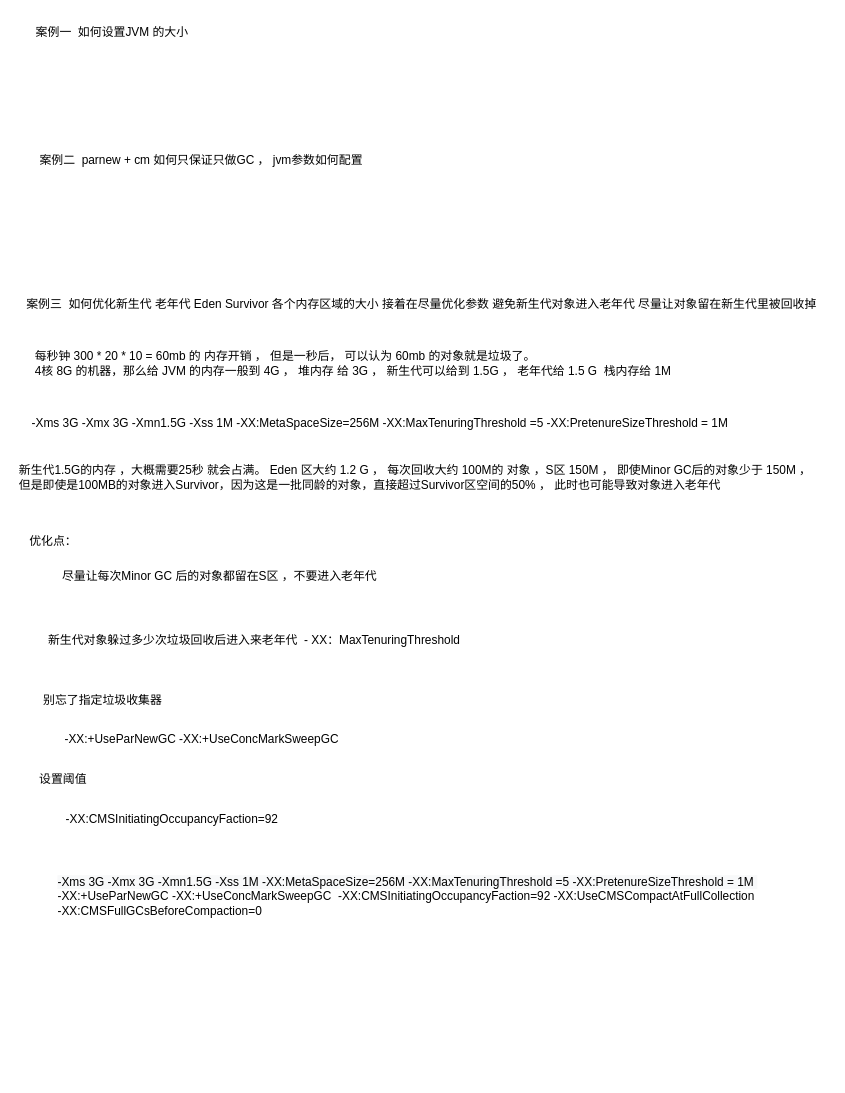
Before: page "案例实战" (2 of 3) of JVM.drawio in topyuluo/photo-project, a draw.io diagram. Source tidied: cells renumbered, new cells numbered last; positions are measured from the earlier drawing's top-left corner, leaving out a move shared by most shapes. Both pictures are drawn from the tidied source at 99%, with x=0, y=0 at pixel (17, 17).
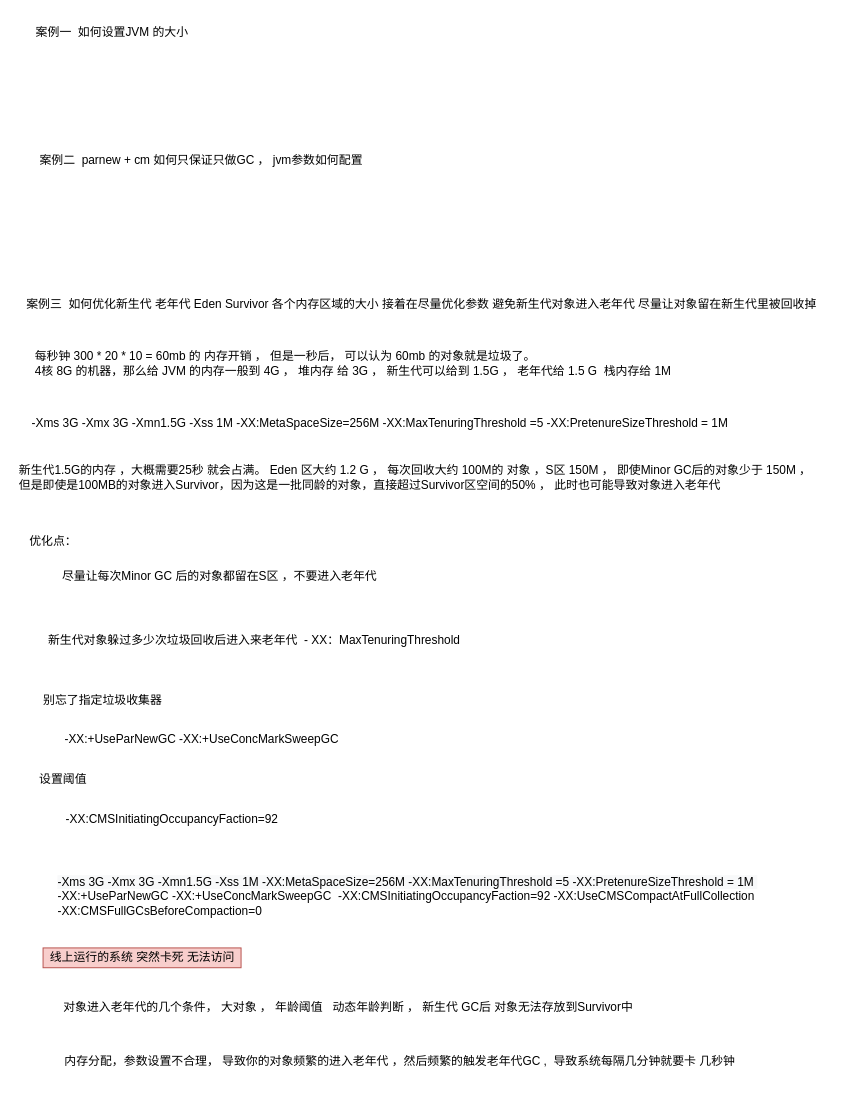
After the change.

Diff of the diagram source:
```diff
@@
 <mxGraphModel>
   <root>
     <mxCell id="0" />
     <mxCell id="1" parent="0" />
     <mxCell id="2" value="案例一&amp;nbsp; 如何设置JVM 的大小" style="text;html=1;strokeColor=none;fillColor=none;align=center;verticalAlign=middle;whiteSpace=wrap;rounded=0;" parent="1" vertex="1">
       <mxGeometry x="6" width="180" height="30" as="geometry" />
     </mxCell>
     <mxCell id="3" value="案例二&amp;nbsp; parnew + cm 如何只保证只做GC ， jvm参数如何配置" style="text;html=1;strokeColor=none;fillColor=none;align=center;verticalAlign=middle;whiteSpace=wrap;rounded=0;" parent="1" vertex="1">
       <mxGeometry x="6" y="130" width="360" height="30" as="geometry" />
     </mxCell>
     <mxCell id="4" value="案例三&amp;nbsp; 如何优化新生代 老年代 Eden Survivor 各个内存区域的大小 接着在尽量优化参数 避免新生代对象进入老年代 尽量让对象留在新生代里被回收掉" style="text;html=1;align=center;verticalAlign=middle;strokeColor=none;" parent="1" vertex="1">
       <mxGeometry x="3" y="280" width="810" height="20" as="geometry" />
     </mxCell>
     <mxCell id="5" value="每秒钟 300 * 20 * 10 = 60mb 的 内存开销 ， 但是一秒后， 可以认为 60mb 的对象就是垃圾了。&lt;br&gt;4核 8G 的机器，那么给 JVM 的内存一般到 4G ， 堆内存 给 3G ， 新生代可以给到 1.5G ， 老年代给 1.5 G&amp;nbsp; 栈内存给 1M&amp;nbsp;&amp;nbsp;" style="text;html=1;align=left;verticalAlign=middle;strokeColor=none;" parent="1" vertex="1">
       <mxGeometry x="16" y="335" width="660" height="30" as="geometry" />
     </mxCell>
     <mxCell id="6" value="-Xms 3G -Xmx 3G -Xmn1.5G -Xss 1M -XX:MetaSpaceSize=256M -XX:MaxTenuringThreshold =5 -XX:PretenureSizeThreshold = 1M" style="text;html=1;align=center;verticalAlign=middle;strokeColor=none;" parent="1" vertex="1">
       <mxGeometry x="6" y="400" width="720" height="20" as="geometry" />
     </mxCell>
     <mxCell id="7" value="新生代1.5G的内存 ，大概需要25秒 就会占满。 Eden 区大约 1.2 G ， 每次回收大约 100M的 对象 ，S区 150M ， 即使Minor GC后的对象少于 150M ， &lt;br&gt;但是即使是100MB的对象进入Survivor，因为这是一批同龄的对象，直接超过Survivor区空间的50% ， 此时也可能导致对象进入老年代" style="text;html=1;align=left;verticalAlign=middle;strokeColor=none;" parent="1" vertex="1">
       <mxGeometry y="450" width="820" height="30" as="geometry" />
     </mxCell>
     <mxCell id="8" value="优化点：" style="text;html=1;align=center;verticalAlign=middle;strokeColor=none;" parent="1" vertex="1">
       <mxGeometry x="6" y="520" width="60" height="20" as="geometry" />
     </mxCell>
     <mxCell id="9" value="尽量让每次Minor GC 后的对象都留在S区 ，不要进入老年代" style="text;html=1;align=center;verticalAlign=middle;strokeColor=none;" parent="1" vertex="1">
       <mxGeometry x="39" y="555" width="330" height="20" as="geometry" />
     </mxCell>
     <mxCell id="10" value="新生代对象躲过多少次垃圾回收后进入来老年代&amp;nbsp; - XX：MaxTenuringThreshold" style="text;html=1;strokeColor=none;fillColor=none;align=center;verticalAlign=middle;whiteSpace=wrap;rounded=0;" parent="1" vertex="1">
       <mxGeometry x="16" y="610" width="447" height="40" as="geometry" />
     </mxCell>
     <mxCell id="11" value="别忘了指定垃圾收集器" style="text;html=1;align=center;verticalAlign=middle;strokeColor=none;" parent="1" vertex="1">
       <mxGeometry x="16" y="680" width="140" height="20" as="geometry" />
     </mxCell>
     <mxCell id="12" value="-XX:+UseParNewGC -XX:+UseConcMarkSweepGC" style="text;html=1;align=center;verticalAlign=middle;strokeColor=none;" parent="1" vertex="1">
       <mxGeometry x="41" y="720" width="290" height="20" as="geometry" />
     </mxCell>
     <mxCell id="13" value="设置阈值" style="text;html=1;align=center;verticalAlign=middle;strokeColor=none;" parent="1" vertex="1">
       <mxGeometry x="16" y="760" width="60" height="20" as="geometry" />
     </mxCell>
     <mxCell id="14" value="-XX:CMSInitiatingOccupancyFaction=92" style="text;html=1;align=center;verticalAlign=middle;strokeColor=none;" parent="1" vertex="1">
       <mxGeometry x="41" y="800" width="230" height="20" as="geometry" />
     </mxCell>
     <mxCell id="15" value="&lt;span style=&quot;color: rgb(0 , 0 , 0) ; font-family: &amp;#34;helvetica&amp;#34; ; font-size: 12px ; font-style: normal ; font-weight: 400 ; letter-spacing: normal ; text-align: center ; text-indent: 0px ; text-transform: none ; word-spacing: 0px ; background-color: rgb(248 , 249 , 250) ; display: inline ; float: none&quot;&gt;-Xms 3G -Xmx 3G -Xmn1.5G -Xss 1M -XX:MetaSpaceSize=256M -XX:MaxTenuringThreshold =5 -XX:PretenureSizeThreshold = 1M&amp;nbsp;&lt;br&gt;&lt;/span&gt;&lt;span style=&quot;text-align: center&quot;&gt;-XX:+UseParNewGC -XX:+UseConcMarkSweepGC&amp;nbsp;&amp;nbsp;&lt;/span&gt;&lt;span style=&quot;text-align: center&quot;&gt;-XX:CMSInitiatingOccupancyFaction=92 -XX:UseCMSCompactAtFullCollection&lt;br&gt;-XX:CMSFullGCsBeforeCompaction=0&lt;br&gt;&lt;/span&gt;" style="text;whiteSpace=wrap;html=1;" parent="1" vertex="1">
       <mxGeometry x="39" y="860" width="717" height="70" as="geometry" />
     </mxCell>
+    <mxCell id="16" value="线上运行的系统 突然卡死 无法访问" style="text;html=1;align=center;verticalAlign=middle;strokeColor=#b85450;fillColor=#f8cecc;" parent="1" vertex="1">
+      <mxGeometry x="26" y="940" width="200" height="20" as="geometry" />
+    </mxCell>
+    <mxCell id="17" value="对象进入老年代的几个条件， 大对象 ， 年龄阈值&amp;nbsp; &amp;nbsp;动态年龄判断 ， 新生代 GC后 对象无法存放到Survivor中" style="text;html=1;align=center;verticalAlign=middle;strokeColor=none;" parent="1" vertex="1">
+      <mxGeometry x="39" y="990" width="590" height="20" as="geometry" />
+    </mxCell>
+    <mxCell id="18" value="内存分配，参数设置不合理， 导致你的对象频繁的进入老年代 ，然后频繁的触发老年代GC ,&amp;nbsp; 导致系统每隔几分钟就要卡 几秒钟" style="text;html=1;strokeColor=none;fillColor=none;align=left;verticalAlign=middle;whiteSpace=wrap;rounded=0;" parent="1" vertex="1">
+      <mxGeometry x="46" y="1040" width="750" height="30" as="geometry" />
+    </mxCell>
   </root>
 </mxGraphModel>
```
